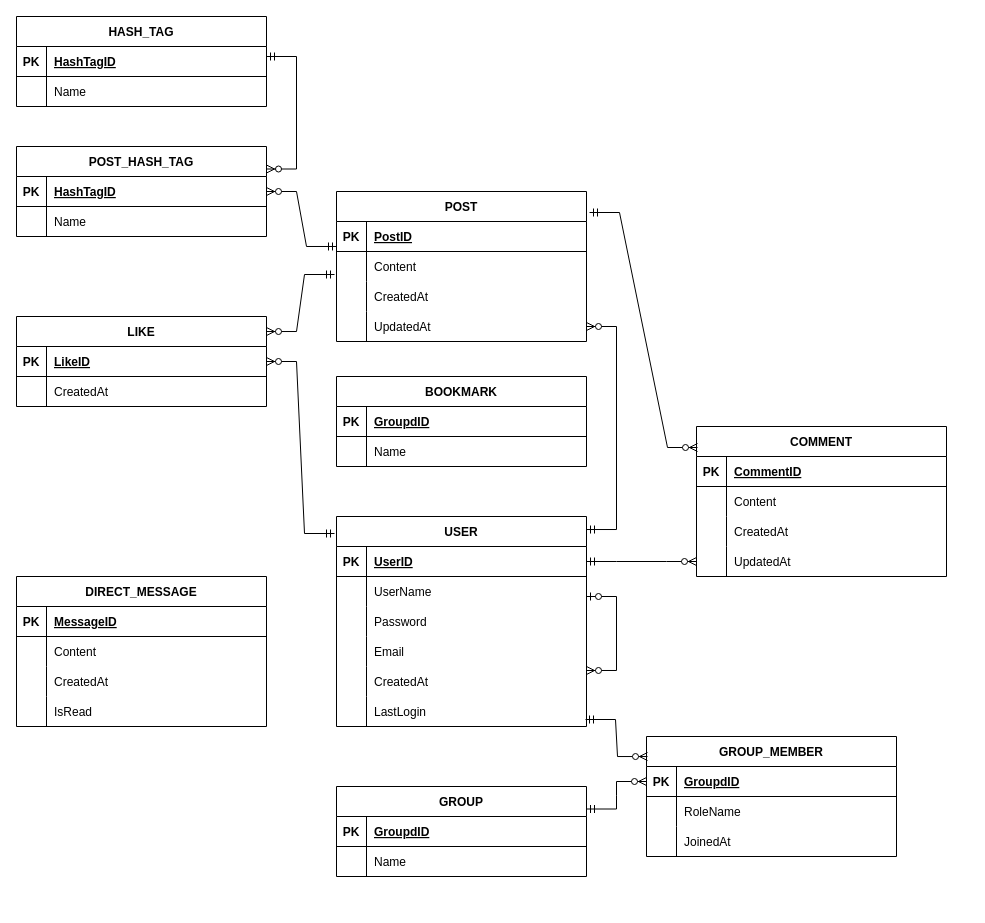
cryscham123/ERdiagram keeps this draw.io diagram as resource/SNS-CRM.drawio. Above is the earlier version. Source tidied: cells renumbered, new cells numbered last; positions are measured from the earlier drawing's top-left corner, leaving out a move shared by most shapes. Both pictures are drawn from the tidied source at 100%, with x=0, y=0 at pixel (-33, -157).
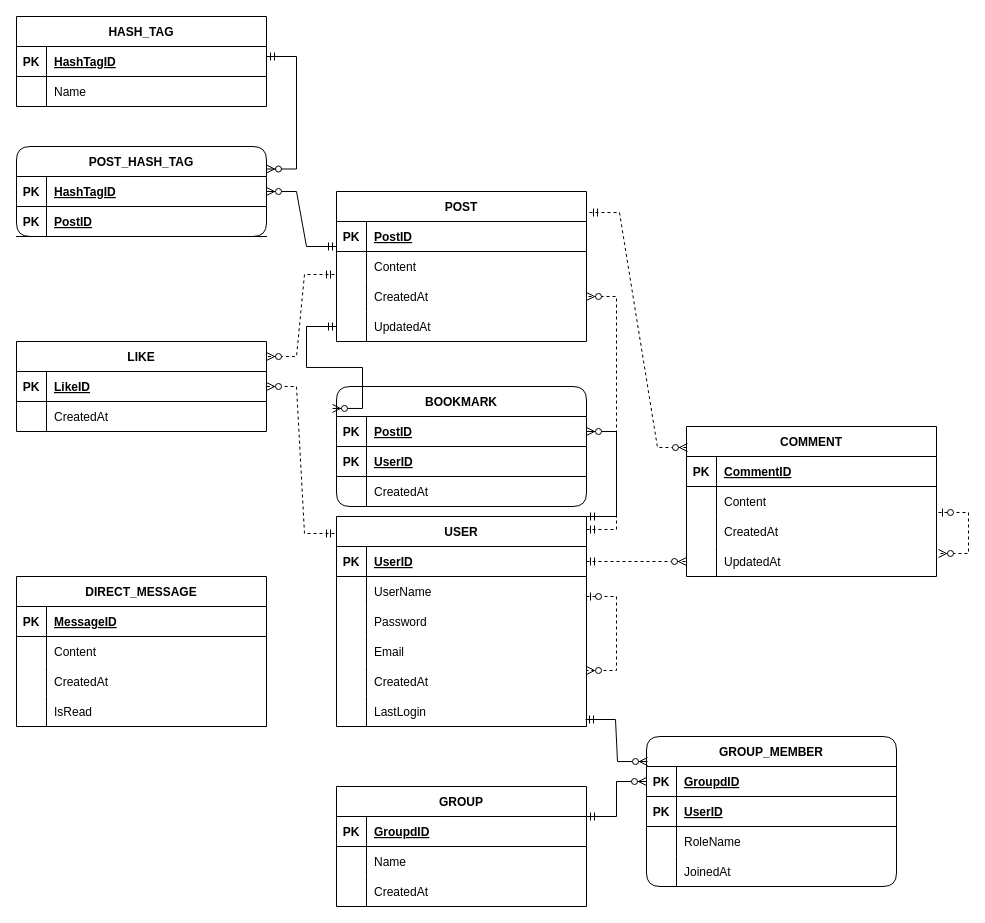
After the change.

Unchanged cells that the change refers to:
```xml
<mxCell id="2" value="USER" style="shape=table;startSize=30;childLayout=tableLayout;rowLines=0;fontStyle=1;align=center;" parent="1" vertex="1">
  <mxGeometry x="369" y="673" width="250" height="210" as="geometry" />
</mxCell>
<mxCell id="3" style="shape=partialRectangle;fillColor=none;points=[[0,0.5],[1,0.5]];portConstraint=eastwest;top=0;left=0;right=0;bottom=1;" parent="2" vertex="1">
  <mxGeometry y="30" width="250" height="30" as="geometry" />
</mxCell>
<mxCell id="6" style="shape=partialRectangle;fillColor=none;points=[[0,0.5],[1,0.5]];portConstraint=eastwest;top=0;left=0;right=0;bottom=0;" parent="2" vertex="1">
  <mxGeometry y="60" width="250" height="30" as="geometry" />
</mxCell>
<mxCell id="15" style="shape=partialRectangle;fillColor=none;points=[[0,0.5],[1,0.5]];portConstraint=eastwest;top=0;left=0;right=0;bottom=0;" parent="2" vertex="1">
  <mxGeometry y="150" width="250" height="30" as="geometry" />
</mxCell>
<mxCell id="22" value="POST" style="shape=table;startSize=30;childLayout=tableLayout;rowLines=0;fontStyle=1;align=center;" parent="1" vertex="1">
  <mxGeometry x="369" y="348" width="250" height="150" as="geometry" />
</mxCell>
<mxCell id="26" style="shape=partialRectangle;fillColor=none;points=[[0,0.5],[1,0.5]];portConstraint=eastwest;top=0;left=0;right=0;bottom=0;" parent="22" vertex="1">
  <mxGeometry y="60" width="250" height="30" as="geometry" />
</mxCell>
<mxCell id="29" style="shape=partialRectangle;fillColor=none;points=[[0,0.5],[1,0.5]];portConstraint=eastwest;top=0;left=0;right=0;bottom=0;" parent="22" vertex="1">
  <mxGeometry y="90" width="250" height="30" as="geometry" />
</mxCell>
<mxCell id="32" style="shape=partialRectangle;fillColor=none;points=[[0,0.5],[1,0.5]];portConstraint=eastwest;top=0;left=0;right=0;bottom=0;" parent="22" vertex="1">
  <mxGeometry y="120" width="250" height="30" as="geometry" />
</mxCell>
<mxCell id="45" style="shape=partialRectangle;fillColor=none;points=[[0,0.5],[1,0.5]];portConstraint=eastwest;top=0;left=0;right=0;bottom=0;" parent="35" vertex="1">
  <mxGeometry y="120" width="250" height="30" as="geometry" />
</mxCell>
<mxCell id="69" style="shape=partialRectangle;fillColor=none;points=[[0,0.5],[1,0.5]];portConstraint=eastwest;top=0;left=0;right=0;bottom=1;" parent="68" vertex="1">
  <mxGeometry y="30" width="250" height="30" as="geometry" />
</mxCell>
<mxCell id="109" style="shape=partialRectangle;fillColor=none;points=[[0,0.5],[1,0.5]];portConstraint=eastwest;top=0;left=0;right=0;bottom=1;" parent="108" vertex="1">
  <mxGeometry y="30" width="250" height="30" as="geometry" />
</mxCell>
```

The edit, as a diff of the source:
```diff
@@
-    <mxCell id="21" style="edgeStyle=entityRelationEdgeStyle;fontSize=12;html=1;endArrow=ERzeroToMany;startArrow=ERzeroToOne;rounded=0;exitX=1;exitY=0.667;exitDx=0;exitDy=0;exitPerimeter=0;entryX=1;entryY=0.133;entryDx=0;entryDy=0;entryPerimeter=0;" parent="2" edge="1" source="6" target="15">
+    <mxCell id="21" style="edgeStyle=entityRelationEdgeStyle;fontSize=12;html=1;endArrow=ERzeroToMany;startArrow=ERzeroToOne;rounded=0;exitX=1;exitY=0.667;exitDx=0;exitDy=0;exitPerimeter=0;entryX=1;entryY=0.133;entryDx=0;entryDy=0;entryPerimeter=0;dashed=1;" parent="2" edge="1" source="6" target="15">
       <mxGeometry relative="1" as="geometry">
         <Array as="points">
           <mxPoint x="287" y="70" />
           <mxPoint x="287" y="80" />
         </Array>
       </mxGeometry>
     </mxCell>
@@
     <mxCell id="35" value="COMMENT" style="shape=table;startSize=30;childLayout=tableLayout;rowLines=0;fontStyle=1;align=center;" parent="1" vertex="1">
-      <mxGeometry x="729" y="583" width="250" height="150" as="geometry" />
+      <mxGeometry x="719" y="583" width="250" height="150" as="geometry" />
     </mxCell>
@@
+    <mxCell id="115" style="edgeStyle=entityRelationEdgeStyle;fontSize=12;html=1;endArrow=ERzeroToMany;startArrow=ERzeroToOne;rounded=0;entryX=1.008;entryY=0.233;entryDx=0;entryDy=0;entryPerimeter=0;dashed=1;" parent="35" edge="1" target="45">
+      <mxGeometry relative="1" as="geometry">
+        <mxPoint x="252" y="86" as="sourcePoint" />
+        <Array as="points">
+          <mxPoint x="307" y="40" />
+          <mxPoint x="307" y="50" />
+        </Array>
+      </mxGeometry>
+    </mxCell>
     <mxCell id="48" value="GROUP" style="shape=table;startSize=30;childLayout=tableLayout;rowLines=0;fontStyle=1;align=center;" parent="1" vertex="1">
-      <mxGeometry x="369" y="943" width="250" height="90" as="geometry" />
+      <mxGeometry x="369" y="943" width="250" height="120" as="geometry" />
     </mxCell>
@@
+    <mxCell id="116" style="shape=partialRectangle;fillColor=none;top=0;left=0;right=0;bottom=0;" parent="48" vertex="1">
+      <mxGeometry y="90" width="250" height="30" as="geometry" />
+    </mxCell>
+    <mxCell id="104" style="shape=partialRectangle;overflow=hidden;fillColor=none;top=0;left=0;bottom=0;right=0;" parent="116" vertex="1">
+      <mxGeometry width="30" height="30" as="geometry" />
+    </mxCell>
+    <mxCell id="117" value="CreatedAt" style="shape=partialRectangle;overflow=hidden;fillColor=none;top=0;left=0;bottom=0;right=0;align=left;spacingLeft=6;" parent="116" vertex="1">
+      <mxGeometry x="30" width="220" height="30" as="geometry" />
+    </mxCell>
@@
     <mxCell id="68" value="LIKE" style="shape=table;startSize=30;childLayout=tableLayout;rowLines=0;fontStyle=1;align=center;" parent="1" vertex="1">
-      <mxGeometry x="49" y="473" width="250" height="90" as="geometry" />
+      <mxGeometry x="49" y="498" width="250" height="90" as="geometry" />
     </mxCell>
@@
-    <mxCell id="75" style="edgeStyle=entityRelationEdgeStyle;fontSize=12;html=1;endArrow=ERzeroToMany;startArrow=ERmandOne;rounded=0;exitX=-0.008;exitY=0.767;exitDx=0;exitDy=0;exitPerimeter=0;entryX=1;entryY=0.167;entryDx=0;entryDy=0;entryPerimeter=0;" parent="1" edge="1" source="26" target="68">
+    <mxCell id="75" style="edgeStyle=entityRelationEdgeStyle;fontSize=12;html=1;endArrow=ERzeroToMany;startArrow=ERmandOne;rounded=0;exitX=-0.008;exitY=0.767;exitDx=0;exitDy=0;exitPerimeter=0;entryX=1;entryY=0.167;entryDx=0;entryDy=0;entryPerimeter=0;dashed=1;" parent="1" edge="1" source="26" target="68">
       <mxGeometry relative="1" as="geometry">
         <Array as="points">
           <mxPoint x="179" y="368" />
           <mxPoint x="319" y="343" />
         </Array>
       </mxGeometry>
     </mxCell>
-    <mxCell id="76" style="edgeStyle=entityRelationEdgeStyle;fontSize=12;html=1;endArrow=ERzeroToMany;startArrow=ERmandOne;rounded=0;exitX=1.012;exitY=0.14;exitDx=0;exitDy=0;exitPerimeter=0;entryX=0.004;entryY=0.14;entryDx=0;entryDy=0;entryPerimeter=0;" parent="1" edge="1" source="22" target="35">
+    <mxCell id="76" style="edgeStyle=entityRelationEdgeStyle;fontSize=12;html=1;endArrow=ERzeroToMany;startArrow=ERmandOne;rounded=0;exitX=1.012;exitY=0.14;exitDx=0;exitDy=0;exitPerimeter=0;entryX=0.004;entryY=0.14;entryDx=0;entryDy=0;entryPerimeter=0;dashed=1;" parent="1" edge="1" source="22" target="35">
       <mxGeometry relative="1" as="geometry">
         <Array as="points">
           <mxPoint x="539.5" y="495.5" />
           <mxPoint x="651.5" y="440.5" />
           <mxPoint x="769.5" y="450.5" />
         </Array>
       </mxGeometry>
     </mxCell>
-    <mxCell id="77" style="edgeStyle=entityRelationEdgeStyle;fontSize=12;html=1;endArrow=ERzeroToMany;startArrow=ERmandOne;rounded=0;entryX=1;entryY=0.5;entryDx=0;entryDy=0;exitX=1;exitY=0.062;exitDx=0;exitDy=0;exitPerimeter=0;" parent="1" edge="1" source="2" target="32">
+    <mxCell id="77" style="edgeStyle=entityRelationEdgeStyle;fontSize=12;html=1;endArrow=ERzeroToMany;startArrow=ERmandOne;rounded=0;entryX=1;entryY=0.5;entryDx=0;entryDy=0;exitX=1;exitY=0.062;exitDx=0;exitDy=0;exitPerimeter=0;dashed=1;" parent="1" edge="1" source="2" target="29">
       <mxGeometry relative="1" as="geometry">
         <Array as="points">
           <mxPoint x="489" y="523" />
           <mxPoint x="479" y="563" />
           <mxPoint x="469" y="553" />
           <mxPoint x="479" y="553" />
         </Array>
       </mxGeometry>
     </mxCell>
@@
-    <mxCell id="85" value="GROUP_MEMBER" style="shape=table;startSize=30;childLayout=tableLayout;rowLines=0;fontStyle=1;align=center;" parent="1" vertex="1">
-      <mxGeometry x="679" y="893" width="250" height="120" as="geometry" />
+    <mxCell id="85" value="GROUP_MEMBER" style="shape=table;startSize=30;childLayout=tableLayout;rowLines=0;fontStyle=1;align=center;rounded=1;" parent="1" vertex="1">
+      <mxGeometry x="679" y="893" width="250" height="150" as="geometry" />
     </mxCell>
@@
+    <mxCell id="118" style="shape=partialRectangle;fillColor=none;top=0;left=0;right=0;bottom=1;" parent="85" vertex="1">
+      <mxGeometry y="60" width="250" height="30" as="geometry" />
+    </mxCell>
+    <mxCell id="119" value="PK" style="shape=partialRectangle;overflow=hidden;fillColor=none;top=0;left=0;bottom=0;right=0;fontStyle=1;" parent="118" vertex="1">
+      <mxGeometry width="30" height="30" as="geometry" />
+    </mxCell>
+    <mxCell id="120" value="UserID" style="shape=partialRectangle;overflow=hidden;fillColor=none;top=0;left=0;bottom=0;right=0;align=left;spacingLeft=6;fontStyle=5;" parent="118" vertex="1">
+      <mxGeometry x="30" width="220" height="30" as="geometry" />
+    </mxCell>
     <mxCell id="89" style="shape=partialRectangle;fillColor=none;top=0;left=0;right=0;bottom=0;" parent="85" vertex="1">
-      <mxGeometry y="60" width="250" height="30" as="geometry" />
+      <mxGeometry y="90" width="250" height="30" as="geometry" />
     </mxCell>
@@
     <mxCell id="92" style="shape=partialRectangle;fillColor=none;top=0;left=0;right=0;bottom=0;" parent="85" vertex="1">
-      <mxGeometry y="90" width="250" height="30" as="geometry" />
+      <mxGeometry y="120" width="250" height="30" as="geometry" />
     </mxCell>
@@
-    <mxCell id="95" style="edgeStyle=entityRelationEdgeStyle;fontSize=12;html=1;endArrow=ERzeroToMany;startArrow=ERmandOne;rounded=0;exitX=-0.008;exitY=0.081;exitDx=0;exitDy=0;exitPerimeter=0;entryX=1;entryY=0.5;entryDx=0;entryDy=0;" parent="1" edge="1" source="2" target="69">
+    <mxCell id="95" style="edgeStyle=entityRelationEdgeStyle;fontSize=12;html=1;endArrow=ERzeroToMany;startArrow=ERmandOne;rounded=0;exitX=-0.008;exitY=0.081;exitDx=0;exitDy=0;exitPerimeter=0;entryX=1;entryY=0.5;entryDx=0;entryDy=0;dashed=1;" parent="1" edge="1" source="2" target="69">
       <mxGeometry relative="1" as="geometry">
         <Array as="points">
           <mxPoint x="199" y="472" />
           <mxPoint x="339" y="447" />
         </Array>
       </mxGeometry>
     </mxCell>
-    <mxCell id="96" style="edgeStyle=entityRelationEdgeStyle;fontSize=12;html=1;endArrow=ERzeroToMany;startArrow=ERmandOne;rounded=0;exitX=1;exitY=0.5;exitDx=0;exitDy=0;entryX=0;entryY=0.5;entryDx=0;entryDy=0;" parent="1" edge="1" source="3" target="45">
+    <mxCell id="96" style="edgeStyle=entityRelationEdgeStyle;fontSize=12;html=1;endArrow=ERzeroToMany;startArrow=ERmandOne;rounded=0;exitX=1;exitY=0.5;exitDx=0;exitDy=0;entryX=0;entryY=0.5;entryDx=0;entryDy=0;dashed=1;" parent="1" edge="1" source="3" target="45">
       <mxGeometry relative="1" as="geometry">
         <Array as="points">
           <mxPoint x="536.5" y="714.5" />
           <mxPoint x="648.5" y="659.5" />
           <mxPoint x="766.5" y="669.5" />
         </Array>
       </mxGeometry>
     </mxCell>
@@
-    <mxCell id="99" value="POST_HASH_TAG" style="shape=table;startSize=30;childLayout=tableLayout;rowLines=0;fontStyle=1;align=center;" parent="1" vertex="1">
+    <mxCell id="99" value="POST_HASH_TAG" style="shape=table;startSize=30;childLayout=tableLayout;rowLines=0;fontStyle=1;align=center;rounded=1;" parent="1" vertex="1">
       <mxGeometry x="49" y="303" width="250" height="90" as="geometry" />
     </mxCell>
@@
-    <mxCell id="103" style="shape=partialRectangle;fillColor=none;top=0;left=0;right=0;bottom=0;" parent="99" vertex="1">
-      <mxGeometry y="60" width="250" height="30" as="geometry" />
-    </mxCell>
-    <mxCell id="104" style="shape=partialRectangle;overflow=hidden;fillColor=none;top=0;left=0;bottom=0;right=0;" parent="103" vertex="1">
-      <mxGeometry width="30" height="30" as="geometry" />
-    </mxCell>
-    <mxCell id="105" value="Name" style="shape=partialRectangle;overflow=hidden;fillColor=none;top=0;left=0;bottom=0;right=0;align=left;spacingLeft=6;" parent="103" vertex="1">
-      <mxGeometry x="30" width="220" height="30" as="geometry" />
-    </mxCell>
+    <mxCell id="121" style="shape=partialRectangle;fillColor=none;top=0;left=0;right=0;bottom=1;" parent="99" vertex="1">
+      <mxGeometry y="60" width="250" height="30" as="geometry" />
+    </mxCell>
+    <mxCell id="122" value="PK" style="shape=partialRectangle;overflow=hidden;fillColor=none;top=0;left=0;bottom=0;right=0;fontStyle=1;" parent="121" vertex="1">
+      <mxGeometry width="30" height="30" as="geometry" />
+    </mxCell>
+    <mxCell id="123" value="PostID" style="shape=partialRectangle;overflow=hidden;fillColor=none;top=0;left=0;bottom=0;right=0;align=left;spacingLeft=6;fontStyle=5;" parent="121" vertex="1">
+      <mxGeometry x="30" width="220" height="30" as="geometry" />
+    </mxCell>
@@
-    <mxCell id="108" value="BOOKMARK" style="shape=table;startSize=30;childLayout=tableLayout;rowLines=0;fontStyle=1;align=center;" parent="1" vertex="1">
-      <mxGeometry x="369" y="533" width="250" height="90" as="geometry" />
+    <mxCell id="108" value="BOOKMARK" style="shape=table;startSize=30;childLayout=tableLayout;rowLines=0;fontStyle=1;align=center;rounded=1;" parent="1" vertex="1">
+      <mxGeometry x="369" y="543" width="250" height="120" as="geometry" />
     </mxCell>
@@
-    <mxCell id="111" value="GroupdID" style="shape=partialRectangle;overflow=hidden;fillColor=none;top=0;left=0;bottom=0;right=0;align=left;spacingLeft=6;fontStyle=5;" parent="109" vertex="1">
+    <mxCell id="111" value="PostID" style="shape=partialRectangle;overflow=hidden;fillColor=none;top=0;left=0;bottom=0;right=0;align=left;spacingLeft=6;fontStyle=5;" parent="109" vertex="1">
       <mxGeometry x="30" width="220" height="30" as="geometry" />
     </mxCell>
+    <mxCell id="124" style="shape=partialRectangle;fillColor=none;top=0;left=0;right=0;bottom=1;" parent="108" vertex="1">
+      <mxGeometry y="60" width="250" height="30" as="geometry" />
+    </mxCell>
+    <mxCell id="125" value="PK" style="shape=partialRectangle;overflow=hidden;fillColor=none;top=0;left=0;bottom=0;right=0;fontStyle=1;" parent="124" vertex="1">
+      <mxGeometry width="30" height="30" as="geometry" />
+    </mxCell>
+    <mxCell id="126" value="UserID" style="shape=partialRectangle;overflow=hidden;fillColor=none;top=0;left=0;bottom=0;right=0;align=left;spacingLeft=6;fontStyle=5;" parent="124" vertex="1">
+      <mxGeometry x="30" width="220" height="30" as="geometry" />
+    </mxCell>
     <mxCell id="112" style="shape=partialRectangle;fillColor=none;top=0;left=0;right=0;bottom=0;" parent="108" vertex="1">
-      <mxGeometry y="60" width="250" height="30" as="geometry" />
+      <mxGeometry y="90" width="250" height="30" as="geometry" />
     </mxCell>
@@
-    <mxCell id="114" value="Name" style="shape=partialRectangle;overflow=hidden;fillColor=none;top=0;left=0;bottom=0;right=0;align=left;spacingLeft=6;" parent="112" vertex="1">
+    <mxCell id="114" value="CreatedAt" style="shape=partialRectangle;overflow=hidden;fillColor=none;top=0;left=0;bottom=0;right=0;align=left;spacingLeft=6;" parent="112" vertex="1">
       <mxGeometry x="30" width="220" height="30" as="geometry" />
     </mxCell>
+    <mxCell id="127" style="edgeStyle=entityRelationEdgeStyle;fontSize=12;html=1;endArrow=ERzeroToMany;startArrow=ERmandOne;rounded=0;exitX=0;exitY=0.5;exitDx=0;exitDy=0;entryX=-0.016;entryY=0.183;entryDx=0;entryDy=0;entryPerimeter=0;" parent="1" edge="1" source="32" target="108">
+      <mxGeometry relative="1" as="geometry">
+        <Array as="points">
+          <mxPoint x="87.5" y="586.5" />
+          <mxPoint x="10" y="10" />
+          <mxPoint x="199.5" y="531.5" />
+          <mxPoint x="317.5" y="541.5" />
+        </Array>
+      </mxGeometry>
+    </mxCell>
+    <mxCell id="128" style="edgeStyle=entityRelationEdgeStyle;fontSize=12;html=1;endArrow=ERzeroToMany;startArrow=ERmandOne;rounded=0;entryX=1;entryY=0.5;entryDx=0;entryDy=0;exitX=1;exitY=0;exitDx=0;exitDy=0;" parent="1" edge="1" source="2" target="109">
+      <mxGeometry relative="1" as="geometry">
+        <Array as="points">
+          <mxPoint x="629" y="623" />
+          <mxPoint x="331.5" y="601.5" />
+          <mxPoint x="254" y="25" />
+          <mxPoint x="443.5" y="546.5" />
+          <mxPoint x="561.5" y="556.5" />
+        </Array>
+      </mxGeometry>
+    </mxCell>
```
